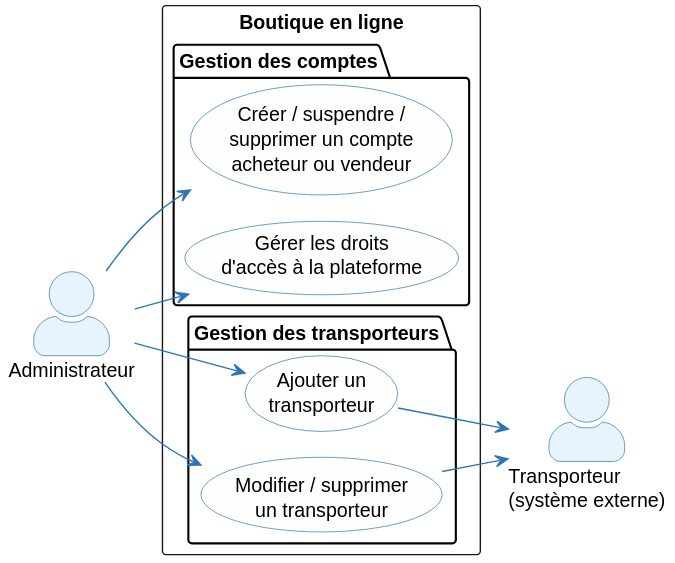
louistalvande/online_shop keeps this PlantUML diagram as architecture/01-operational-analysis/diagrams/oa-uc-admin.svg. Above is the earlier version.
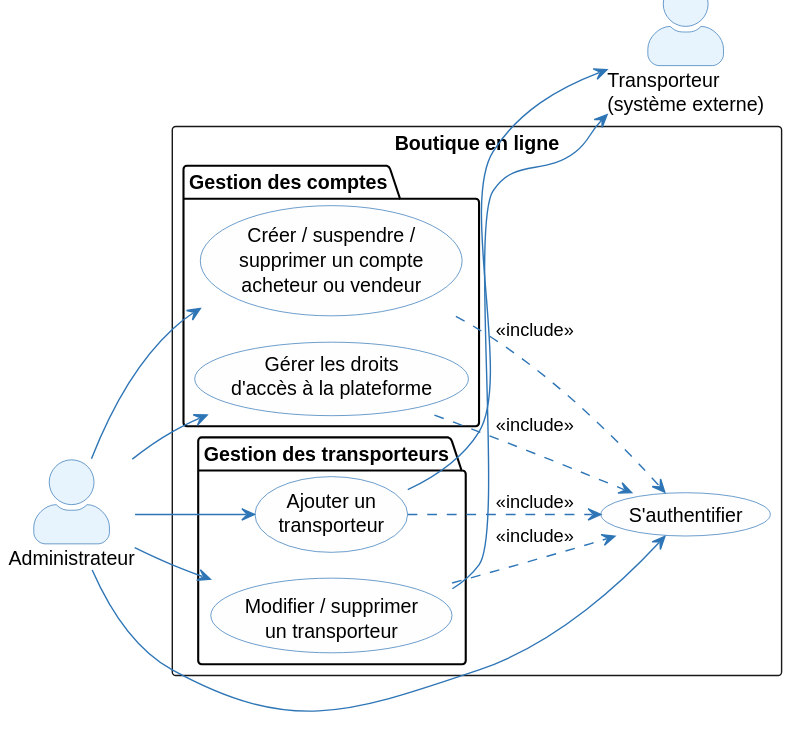
The same file after the commit.

Commit message:
include authet when necessary

What changed in the source:
```diff
@@ -16,6 +16,7 @@
 actor "Transporteur\n(système externe)" as Carrier
 
 rectangle "Boutique en ligne" {
+  usecase (S'authentifier) as UC_A0
   package "Gestion des comptes" {
     usecase (Créer / suspendre /\nsupprimer un compte\nacheteur ou vendeur) as UC_A1
     usecase (Gérer les droits\nd'accès à la plateforme) as UC_A1b
@@ -26,10 +27,15 @@
   }
 }
 
+Admin --> UC_A0
 Admin --> UC_A1
 Admin --> UC_A1b
 Admin --> UC_A2a
 Admin --> UC_A2b
+UC_A1 ..> UC_A0 : <<include>>
+UC_A1b ..> UC_A0 : <<include>>
+UC_A2a ..> UC_A0 : <<include>>
+UC_A2b ..> UC_A0 : <<include>>
 UC_A2a --> Carrier
 UC_A2b --> Carrier
 @enduml
```
